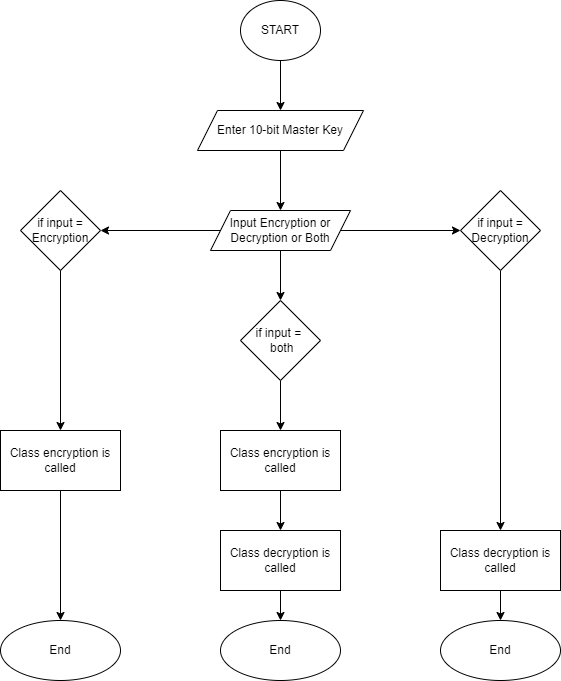
Above: Flowchart-S-DES.png in yoU-Jay/S-DES-Simplified-Data-Encryption-Standard-Algorithm-in-CPP (draw.io), before the change. Source tidied: cells renumbered, new cells last; positions are measured from the earlier drawing's top-left corner, leaving out a move shared by most shapes. Source of this version:
```xml
<mxGraphModel>
  <root>
    <mxCell id="0" />
    <mxCell id="1" parent="0" />
    <mxCell id="2" style="edgeStyle=orthogonalEdgeStyle;rounded=0;jettySize=auto;html=1;" parent="1" edge="1" source="3" target="4">
      <mxGeometry relative="1" as="geometry" />
    </mxCell>
    <mxCell id="3" value="START" style="ellipse;whiteSpace=wrap;html=1;" parent="1" vertex="1">
      <mxGeometry x="240" width="80" height="60" as="geometry" />
    </mxCell>
    <mxCell id="4" value="Enter 10-bit Master Key" style="shape=parallelogram;perimeter=parallelogramPerimeter;whiteSpace=wrap;html=1;fixedSize=1;" parent="1" vertex="1">
      <mxGeometry x="197" y="110" width="166" height="40" as="geometry" />
    </mxCell>
    <mxCell id="5" style="endArrow=classic;html=1;rounded=0;exitX=0.5;exitY=1;exitDx=0;exitDy=0;" parent="1" edge="1" source="4">
      <mxGeometry relative="1" as="geometry">
        <mxPoint x="280" y="210" as="targetPoint" />
      </mxGeometry>
    </mxCell>
    <mxCell id="6" style="edgeStyle=orthogonalEdgeStyle;rounded=0;jettySize=auto;html=1;" parent="1" edge="1" source="9" target="11">
      <mxGeometry relative="1" as="geometry" />
    </mxCell>
    <mxCell id="7" style="edgeStyle=orthogonalEdgeStyle;rounded=0;jettySize=auto;html=1;" parent="1" edge="1" source="9" target="16">
      <mxGeometry relative="1" as="geometry" />
    </mxCell>
    <mxCell id="8" style="edgeStyle=orthogonalEdgeStyle;rounded=0;jettySize=auto;html=1;" parent="1" edge="1" source="9" target="21">
      <mxGeometry relative="1" as="geometry" />
    </mxCell>
    <mxCell id="9" value="&lt;span&gt;Input Encryption or Decryption or Both&lt;/span&gt;" style="shape=parallelogram;perimeter=parallelogramPerimeter;whiteSpace=wrap;html=1;fixedSize=1;" parent="1" vertex="1">
      <mxGeometry x="210" y="210" width="140" height="40" as="geometry" />
    </mxCell>
    <mxCell id="10" style="edgeStyle=orthogonalEdgeStyle;rounded=0;jettySize=auto;html=1;" parent="1" edge="1" source="11" target="13">
      <mxGeometry relative="1" as="geometry" />
    </mxCell>
    <mxCell id="11" value="if input = Encryption" style="rhombus;whiteSpace=wrap;html=1;" parent="1" vertex="1">
      <mxGeometry x="20" y="190" width="80" height="80" as="geometry" />
    </mxCell>
    <mxCell id="12" style="edgeStyle=orthogonalEdgeStyle;rounded=0;jettySize=auto;html=1;" parent="1" edge="1" source="13" target="14">
      <mxGeometry relative="1" as="geometry" />
    </mxCell>
    <mxCell id="13" value="Class encryption is called" style="whiteSpace=wrap;html=1;" parent="1" vertex="1">
      <mxGeometry y="430" width="120" height="60" as="geometry" />
    </mxCell>
    <mxCell id="14" value="End" style="ellipse;whiteSpace=wrap;html=1;" parent="1" vertex="1">
      <mxGeometry y="620" width="120" height="60" as="geometry" />
    </mxCell>
    <mxCell id="15" style="edgeStyle=orthogonalEdgeStyle;rounded=0;jettySize=auto;html=1;" parent="1" edge="1" source="16" target="18">
      <mxGeometry relative="1" as="geometry" />
    </mxCell>
    <mxCell id="16" value="&lt;span&gt;if input = Decryption&lt;/span&gt;" style="rhombus;whiteSpace=wrap;html=1;" parent="1" vertex="1">
      <mxGeometry x="460" y="190" width="80" height="80" as="geometry" />
    </mxCell>
    <mxCell id="17" style="edgeStyle=orthogonalEdgeStyle;rounded=0;jettySize=auto;html=1;" parent="1" edge="1" source="18" target="19">
      <mxGeometry relative="1" as="geometry" />
    </mxCell>
    <mxCell id="18" value="&lt;span&gt;Class decryption is called&lt;/span&gt;" style="whiteSpace=wrap;html=1;" parent="1" vertex="1">
      <mxGeometry x="440" y="530" width="120" height="60" as="geometry" />
    </mxCell>
    <mxCell id="19" value="End" style="ellipse;whiteSpace=wrap;html=1;" parent="1" vertex="1">
      <mxGeometry x="440" y="620" width="120" height="60" as="geometry" />
    </mxCell>
    <mxCell id="20" style="edgeStyle=orthogonalEdgeStyle;rounded=0;jettySize=auto;html=1;" parent="1" edge="1" source="21" target="23">
      <mxGeometry relative="1" as="geometry" />
    </mxCell>
    <mxCell id="21" value="if input =&amp;nbsp; &amp;nbsp;both" style="rhombus;whiteSpace=wrap;html=1;" parent="1" vertex="1">
      <mxGeometry x="240" y="300" width="80" height="80" as="geometry" />
    </mxCell>
    <mxCell id="22" style="edgeStyle=orthogonalEdgeStyle;rounded=0;jettySize=auto;html=1;" parent="1" edge="1" source="23" target="25">
      <mxGeometry relative="1" as="geometry" />
    </mxCell>
    <mxCell id="23" value="&lt;span&gt;Class encryption is called&lt;/span&gt;" style="whiteSpace=wrap;html=1;" parent="1" vertex="1">
      <mxGeometry x="220" y="430" width="120" height="60" as="geometry" />
    </mxCell>
    <mxCell id="24" style="edgeStyle=orthogonalEdgeStyle;rounded=0;jettySize=auto;html=1;" parent="1" edge="1" source="25" target="26">
      <mxGeometry relative="1" as="geometry" />
    </mxCell>
    <mxCell id="25" value="&lt;span&gt;Class decryption is called&lt;/span&gt;" style="whiteSpace=wrap;html=1;" parent="1" vertex="1">
      <mxGeometry x="220" y="530" width="120" height="60" as="geometry" />
    </mxCell>
    <mxCell id="26" value="&lt;span&gt;End&lt;/span&gt;" style="ellipse;whiteSpace=wrap;html=1;" parent="1" vertex="1">
      <mxGeometry x="220" y="620" width="120" height="60" as="geometry" />
    </mxCell>
  </root>
</mxGraphModel>
```
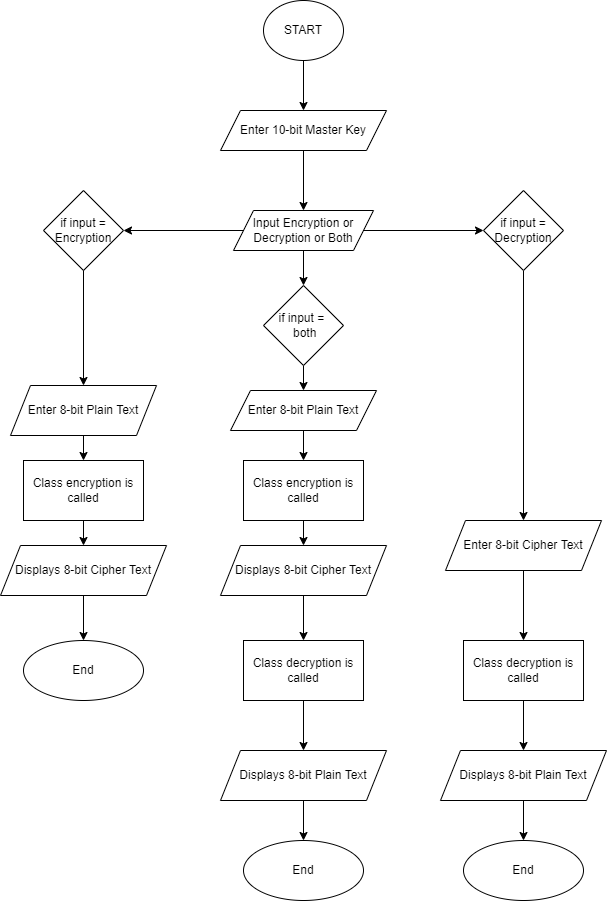
After the commit.

Diff of the diagram source:
```diff
@@ -28,56 +28,102 @@
     <mxCell id="9" value="&lt;span&gt;Input Encryption or Decryption or Both&lt;/span&gt;" style="shape=parallelogram;perimeter=parallelogramPerimeter;whiteSpace=wrap;html=1;fixedSize=1;" parent="1" vertex="1">
       <mxGeometry x="210" y="210" width="140" height="40" as="geometry" />
     </mxCell>
-    <mxCell id="10" style="edgeStyle=orthogonalEdgeStyle;rounded=0;jettySize=auto;html=1;" parent="1" edge="1" source="11" target="13">
+    <mxCell id="10" style="edgeStyle=orthogonalEdgeStyle;rounded=0;jettySize=auto;html=1;" parent="1" edge="1" source="11" target="28">
       <mxGeometry relative="1" as="geometry" />
     </mxCell>
     <mxCell id="11" value="if input = Encryption" style="rhombus;whiteSpace=wrap;html=1;" parent="1" vertex="1">
       <mxGeometry x="20" y="190" width="80" height="80" as="geometry" />
     </mxCell>
-    <mxCell id="12" style="edgeStyle=orthogonalEdgeStyle;rounded=0;jettySize=auto;html=1;" parent="1" edge="1" source="13" target="14">
+    <mxCell id="12" style="edgeStyle=orthogonalEdgeStyle;rounded=0;jettySize=auto;html=1;entryX=0.5;entryY=0;entryDx=0;entryDy=0;" parent="1" edge="1" source="13" target="32">
       <mxGeometry relative="1" as="geometry" />
     </mxCell>
     <mxCell id="13" value="Class encryption is called" style="whiteSpace=wrap;html=1;" parent="1" vertex="1">
-      <mxGeometry y="430" width="120" height="60" as="geometry" />
+      <mxGeometry y="460" width="120" height="60" as="geometry" />
     </mxCell>
     <mxCell id="14" value="End" style="ellipse;whiteSpace=wrap;html=1;" parent="1" vertex="1">
-      <mxGeometry y="620" width="120" height="60" as="geometry" />
+      <mxGeometry y="640" width="120" height="60" as="geometry" />
     </mxCell>
-    <mxCell id="15" style="edgeStyle=orthogonalEdgeStyle;rounded=0;jettySize=auto;html=1;" parent="1" edge="1" source="16" target="18">
+    <mxCell id="15" style="edgeStyle=orthogonalEdgeStyle;rounded=0;jettySize=auto;html=1;entryX=0.5;entryY=0;entryDx=0;entryDy=0;" parent="1" edge="1" source="16" target="34">
       <mxGeometry relative="1" as="geometry" />
     </mxCell>
     <mxCell id="16" value="&lt;span&gt;if input = Decryption&lt;/span&gt;" style="rhombus;whiteSpace=wrap;html=1;" parent="1" vertex="1">
       <mxGeometry x="460" y="190" width="80" height="80" as="geometry" />
     </mxCell>
-    <mxCell id="17" style="edgeStyle=orthogonalEdgeStyle;rounded=0;jettySize=auto;html=1;" parent="1" edge="1" source="18" target="19">
+    <mxCell id="17" style="edgeStyle=orthogonalEdgeStyle;rounded=0;jettySize=auto;html=1;entryX=0.5;entryY=0;entryDx=0;entryDy=0;" parent="1" edge="1" source="18" target="36">
       <mxGeometry relative="1" as="geometry" />
     </mxCell>
     <mxCell id="18" value="&lt;span&gt;Class decryption is called&lt;/span&gt;" style="whiteSpace=wrap;html=1;" parent="1" vertex="1">
-      <mxGeometry x="440" y="530" width="120" height="60" as="geometry" />
+      <mxGeometry x="440" y="640" width="120" height="60" as="geometry" />
     </mxCell>
     <mxCell id="19" value="End" style="ellipse;whiteSpace=wrap;html=1;" parent="1" vertex="1">
-      <mxGeometry x="440" y="620" width="120" height="60" as="geometry" />
+      <mxGeometry x="440" y="840" width="120" height="60" as="geometry" />
     </mxCell>
-    <mxCell id="20" style="edgeStyle=orthogonalEdgeStyle;rounded=0;jettySize=auto;html=1;" parent="1" edge="1" source="21" target="23">
-      <mxGeometry relative="1" as="geometry" />
+    <mxCell id="20" style="edgeStyle=orthogonalEdgeStyle;rounded=0;jettySize=auto;html=1;" parent="1" edge="1" source="21">
+      <mxGeometry relative="1" as="geometry">
+        <mxPoint x="280" y="390" as="targetPoint" />
+      </mxGeometry>
     </mxCell>
     <mxCell id="21" value="if input =&amp;nbsp; &amp;nbsp;both" style="rhombus;whiteSpace=wrap;html=1;" parent="1" vertex="1">
-      <mxGeometry x="240" y="300" width="80" height="80" as="geometry" />
+      <mxGeometry x="240" y="285" width="80" height="80" as="geometry" />
     </mxCell>
-    <mxCell id="22" style="edgeStyle=orthogonalEdgeStyle;rounded=0;jettySize=auto;html=1;" parent="1" edge="1" source="23" target="25">
+    <mxCell id="22" style="edgeStyle=orthogonalEdgeStyle;rounded=0;jettySize=auto;html=1;entryX=0.5;entryY=0;entryDx=0;entryDy=0;" parent="1" edge="1" source="23" target="38">
       <mxGeometry relative="1" as="geometry" />
     </mxCell>
     <mxCell id="23" value="&lt;span&gt;Class encryption is called&lt;/span&gt;" style="whiteSpace=wrap;html=1;" parent="1" vertex="1">
-      <mxGeometry x="220" y="430" width="120" height="60" as="geometry" />
+      <mxGeometry x="220" y="460" width="120" height="60" as="geometry" />
     </mxCell>
-    <mxCell id="24" style="edgeStyle=orthogonalEdgeStyle;rounded=0;jettySize=auto;html=1;" parent="1" edge="1" source="25" target="26">
-      <mxGeometry relative="1" as="geometry" />
+    <mxCell id="24" style="edgeStyle=orthogonalEdgeStyle;rounded=0;jettySize=auto;html=1;" parent="1" edge="1" source="25">
+      <mxGeometry relative="1" as="geometry">
+        <mxPoint x="280" y="750" as="targetPoint" />
+      </mxGeometry>
     </mxCell>
     <mxCell id="25" value="&lt;span&gt;Class decryption is called&lt;/span&gt;" style="whiteSpace=wrap;html=1;" parent="1" vertex="1">
-      <mxGeometry x="220" y="530" width="120" height="60" as="geometry" />
+      <mxGeometry x="220" y="640" width="120" height="60" as="geometry" />
     </mxCell>
     <mxCell id="26" value="&lt;span&gt;End&lt;/span&gt;" style="ellipse;whiteSpace=wrap;html=1;" parent="1" vertex="1">
-      <mxGeometry x="220" y="620" width="120" height="60" as="geometry" />
+      <mxGeometry x="220" y="840" width="120" height="60" as="geometry" />
     </mxCell>
+    <mxCell id="27" style="edgeStyle=orthogonalEdgeStyle;rounded=0;jettySize=auto;html=1;" parent="1" edge="1" source="28" target="13">
+      <mxGeometry relative="1" as="geometry" />
+    </mxCell>
+    <mxCell id="28" value="&lt;span&gt;Enter 8-bit Plain Text&lt;/span&gt;" style="shape=parallelogram;perimeter=parallelogramPerimeter;whiteSpace=wrap;html=1;fixedSize=1;" parent="1" vertex="1">
+      <mxGeometry x="-13" y="385" width="146" height="50" as="geometry" />
+    </mxCell>
+    <mxCell id="29" style="edgeStyle=orthogonalEdgeStyle;rounded=0;jettySize=auto;html=1;" parent="1" edge="1" source="30" target="23">
+      <mxGeometry relative="1" as="geometry" />
+    </mxCell>
+    <mxCell id="30" value="&lt;span&gt;Enter 8-bit Plain Text&lt;/span&gt;" style="shape=parallelogram;perimeter=parallelogramPerimeter;whiteSpace=wrap;html=1;fixedSize=1;" parent="1" vertex="1">
+      <mxGeometry x="207" y="390" width="146" height="40" as="geometry" />
+    </mxCell>
+    <mxCell id="31" style="edgeStyle=orthogonalEdgeStyle;rounded=0;jettySize=auto;html=1;entryX=0.5;entryY=0;entryDx=0;entryDy=0;" parent="1" edge="1" source="32" target="14">
+      <mxGeometry relative="1" as="geometry" />
+    </mxCell>
+    <mxCell id="32" value="Displays 8-bit Cipher Text" style="shape=parallelogram;perimeter=parallelogramPerimeter;whiteSpace=wrap;html=1;fixedSize=1;" parent="1" vertex="1">
+      <mxGeometry x="-23" y="545" width="166" height="50" as="geometry" />
+    </mxCell>
+    <mxCell id="33" style="edgeStyle=orthogonalEdgeStyle;rounded=0;jettySize=auto;html=1;entryX=0.5;entryY=0;entryDx=0;entryDy=0;" parent="1" edge="1" source="34" target="18">
+      <mxGeometry relative="1" as="geometry" />
+    </mxCell>
+    <mxCell id="34" value="&lt;span&gt;Enter 8-bit Cipher Text&lt;/span&gt;" style="shape=parallelogram;perimeter=parallelogramPerimeter;whiteSpace=wrap;html=1;fixedSize=1;" parent="1" vertex="1">
+      <mxGeometry x="422" y="520" width="156" height="50" as="geometry" />
+    </mxCell>
+    <mxCell id="35" style="edgeStyle=orthogonalEdgeStyle;rounded=0;jettySize=auto;html=1;entryX=0.5;entryY=0;entryDx=0;entryDy=0;" parent="1" edge="1" source="36" target="19">
+      <mxGeometry relative="1" as="geometry" />
+    </mxCell>
+    <mxCell id="36" value="Displays 8-bit Plain Text" style="shape=parallelogram;perimeter=parallelogramPerimeter;whiteSpace=wrap;html=1;fixedSize=1;" parent="1" vertex="1">
+      <mxGeometry x="417" y="750" width="166" height="50" as="geometry" />
+    </mxCell>
+    <mxCell id="37" style="edgeStyle=orthogonalEdgeStyle;rounded=0;jettySize=auto;html=1;entryX=0.5;entryY=0;entryDx=0;entryDy=0;" parent="1" edge="1" source="38" target="25">
+      <mxGeometry relative="1" as="geometry" />
+    </mxCell>
+    <mxCell id="38" value="Displays 8-bit Cipher Text" style="shape=parallelogram;perimeter=parallelogramPerimeter;whiteSpace=wrap;html=1;fixedSize=1;" parent="1" vertex="1">
+      <mxGeometry x="197" y="545" width="166" height="50" as="geometry" />
+    </mxCell>
+    <mxCell id="39" style="edgeStyle=orthogonalEdgeStyle;rounded=0;jettySize=auto;html=1;entryX=0.5;entryY=0;entryDx=0;entryDy=0;" parent="1" edge="1" source="40" target="26">
+      <mxGeometry relative="1" as="geometry" />
+    </mxCell>
+    <mxCell id="40" value="Displays 8-bit Plain Text" style="shape=parallelogram;perimeter=parallelogramPerimeter;whiteSpace=wrap;html=1;fixedSize=1;" parent="1" vertex="1">
+      <mxGeometry x="197" y="750" width="166" height="50" as="geometry" />
+    </mxCell>
   </root>
 </mxGraphModel>
```
